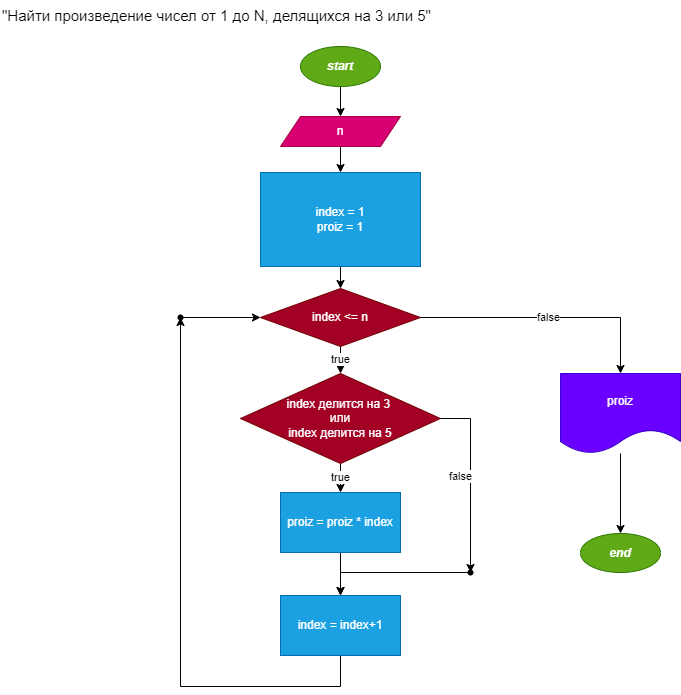
Before: blok.drawio.png, a diagram exported from draw.io (SboevaTatiana/SboevaTatiana.github.io). Source tidied: cells renumbered, new cells last; positions are measured from the earlier drawing's top-left corner, leaving out a move shared by most shapes.
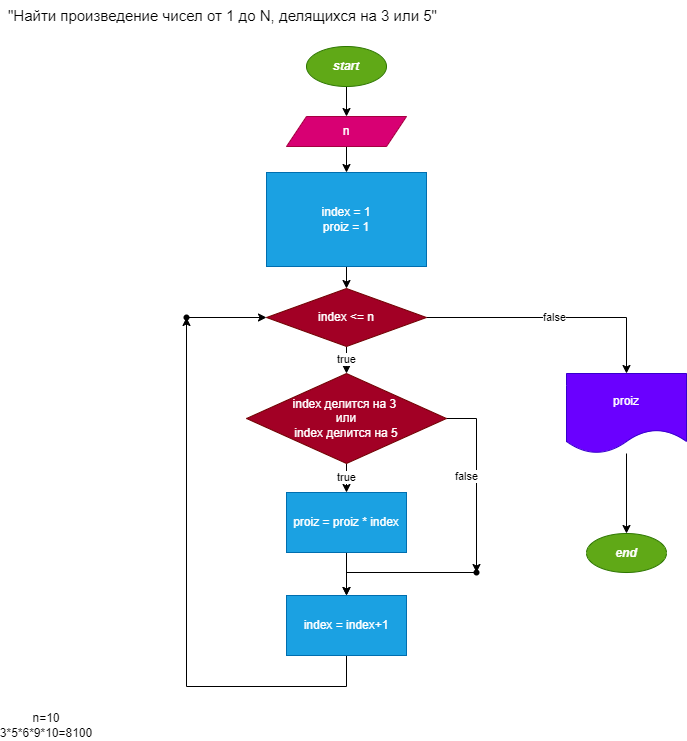
After the commit.

Commit message:
записали пример решения задачи при n = 10

What changed in the source:
```diff
@@ -79,5 +79,8 @@
     <mxCell id="25" value="&lt;span style=&quot;font-family: roboto, &amp;quot;san francisco&amp;quot;, &amp;quot;helvetica neue&amp;quot;, helvetica, arial; font-size: 15px;&quot;&gt;&quot;Найти произведение чисел от 1 до N, делящихся на 3 или 5&quot;&lt;/span&gt;" style="text;whiteSpace=wrap;html=1;fontColor=default;labelBackgroundColor=default;labelBorderColor=none;" parent="1" vertex="1">
       <mxGeometry width="440" height="30" as="geometry" />
     </mxCell>
+    <mxCell id="26" value="n=10&lt;br&gt;3*5*6*9*10=8100" style="text;html=1;strokeColor=none;fillColor=none;align=center;verticalAlign=middle;whiteSpace=wrap;rounded=0;labelBackgroundColor=default;labelBorderColor=none;fontColor=default;" parent="1" vertex="1">
+      <mxGeometry x="10" y="710" width="60" height="30" as="geometry" />
+    </mxCell>
   </root>
 </mxGraphModel>
```
